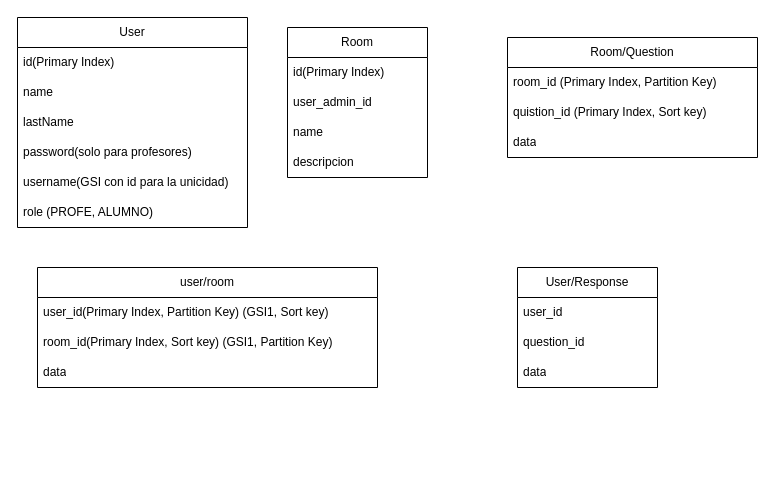
jhimyj/Aula360 keeps this draw.io diagram as page "Página-3" (4 of 4) of archivos_extras/ArquitecturaBack.drawio. Above is the earlier version. Source tidied: cells renumbered, new cells numbered last; positions are measured from the earlier drawing's top-left corner, leaving out a move shared by most shapes. Both pictures are drawn from the tidied source at 100%, with x=0, y=0 at pixel (17, 17).
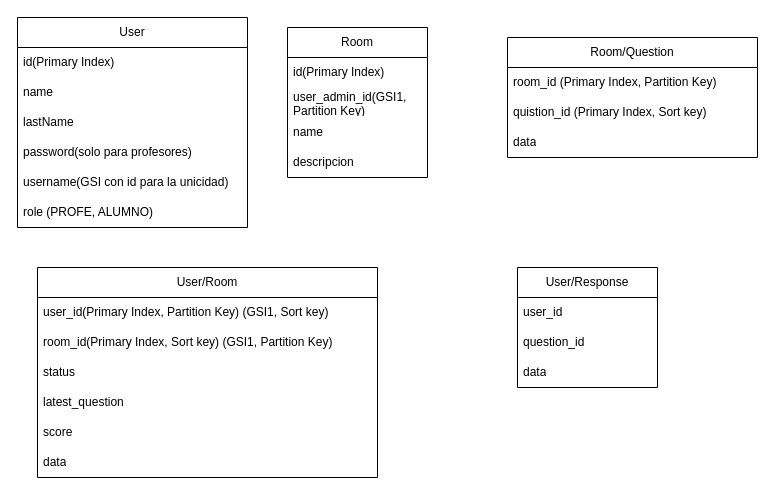
The same page after the edit.

The change refers to these unchanged cells:
```xml
<mxCell id="9" value="Room" style="swimlane;fontStyle=0;horizontal=1;startSize=30;whiteSpace=wrap;html=1;" parent="1" vertex="1">
  <mxGeometry x="270" y="10" width="140" height="150" as="geometry" />
</mxCell>
```

What changed in the source:
```diff
@@
-    <mxCell id="11" value="user_admin_id" style="text;strokeColor=none;fillColor=none;align=left;verticalAlign=middle;spacingLeft=4;spacingRight=4;overflow=hidden;whiteSpace=wrap;html=1;" parent="9" vertex="1">
+    <mxCell id="11" value="user_admin_id(GSI1, Partition Key)" style="text;strokeColor=none;fillColor=none;align=left;verticalAlign=middle;spacingLeft=4;spacingRight=4;overflow=hidden;whiteSpace=wrap;html=1;" parent="9" vertex="1">
       <mxGeometry y="60" width="140" height="30" as="geometry" />
     </mxCell>
@@
-    <mxCell id="14" value="user/room" style="swimlane;fontStyle=0;horizontal=1;startSize=30;whiteSpace=wrap;html=1;" parent="1" vertex="1">
-      <mxGeometry x="20" y="250" width="340" height="120" as="geometry" />
+    <mxCell id="14" value="User/Room" style="swimlane;fontStyle=0;horizontal=1;startSize=30;whiteSpace=wrap;html=1;" parent="1" vertex="1">
+      <mxGeometry x="20" y="250" width="340" height="210" as="geometry" />
     </mxCell>
@@
+    <mxCell id="26" value="status" style="text;strokeColor=none;fillColor=none;align=left;verticalAlign=middle;spacingLeft=4;spacingRight=4;overflow=hidden;whiteSpace=wrap;html=1;" parent="14" vertex="1">
+      <mxGeometry y="90" width="340" height="30" as="geometry" />
+    </mxCell>
+    <mxCell id="27" value="latest_question" style="text;strokeColor=none;fillColor=none;align=left;verticalAlign=middle;spacingLeft=4;spacingRight=4;overflow=hidden;whiteSpace=wrap;html=1;" parent="14" vertex="1">
+      <mxGeometry y="120" width="340" height="30" as="geometry" />
+    </mxCell>
+    <mxCell id="28" value="score" style="text;strokeColor=none;fillColor=none;align=left;verticalAlign=middle;spacingLeft=4;spacingRight=4;overflow=hidden;whiteSpace=wrap;html=1;" parent="14" vertex="1">
+      <mxGeometry y="150" width="340" height="30" as="geometry" />
+    </mxCell>
     <mxCell id="17" value="data" style="text;strokeColor=none;fillColor=none;align=left;verticalAlign=middle;spacingLeft=4;spacingRight=4;overflow=hidden;whiteSpace=wrap;html=1;" parent="14" vertex="1">
-      <mxGeometry y="90" width="340" height="30" as="geometry" />
+      <mxGeometry y="180" width="340" height="30" as="geometry" />
     </mxCell>
```
